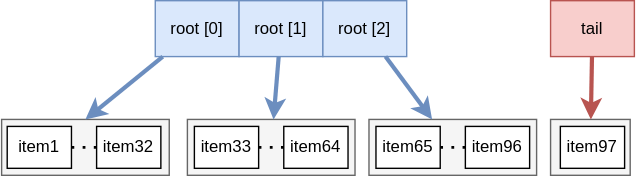
Above: _wiki/clojure/study/vector/vector-97-tree.svg in johngrib/johngrib.github.io (draw.io), before the change. Source tidied: cells renumbered, new cells last; positions are measured from the earlier drawing's top-left corner, leaving out a move shared by most shapes. The source it was exported from:
```xml
<mxGraphModel>
  <root>
    <mxCell id="0" />
    <mxCell id="1" parent="0" />
    <mxCell id="2" style="rounded=0;whiteSpace=wrap;html=1;fillColor=#f5f5f5;fontColor=#333333;strokeColor=#666666;" parent="1" vertex="1">
      <mxGeometry x="393" y="85" width="57" height="40" as="geometry" />
    </mxCell>
    <mxCell id="3" style="rounded=0;whiteSpace=wrap;html=1;fillColor=#f5f5f5;fontColor=#333333;strokeColor=#666666;" parent="1" vertex="1">
      <mxGeometry x="263" y="85" width="120" height="40" as="geometry" />
    </mxCell>
    <mxCell id="4" style="rounded=0;whiteSpace=wrap;html=1;fillColor=#f5f5f5;fontColor=#333333;strokeColor=#666666;" parent="1" vertex="1">
      <mxGeometry x="133" y="85" width="120" height="40" as="geometry" />
    </mxCell>
    <mxCell id="5" style="rounded=0;whiteSpace=wrap;html=1;fillColor=#f5f5f5;fontColor=#333333;strokeColor=#666666;" parent="1" vertex="1">
      <mxGeometry y="85" width="120" height="40" as="geometry" />
    </mxCell>
    <mxCell id="6" value="root [0]" style="rounded=0;whiteSpace=wrap;html=1;fillColor=#dae8fc;strokeColor=#6c8ebf;" parent="1" vertex="1">
      <mxGeometry x="110" width="60" height="40" as="geometry" />
    </mxCell>
    <mxCell id="7" value="root [1]" style="rounded=0;whiteSpace=wrap;html=1;fillColor=#dae8fc;strokeColor=#6c8ebf;" parent="1" vertex="1">
      <mxGeometry x="170" width="60" height="40" as="geometry" />
    </mxCell>
    <mxCell id="8" value="item1" style="rounded=0;whiteSpace=wrap;html=1;" parent="1" vertex="1">
      <mxGeometry x="4" y="90" width="46" height="30" as="geometry" />
    </mxCell>
    <mxCell id="9" value="tail" style="rounded=0;whiteSpace=wrap;html=1;fillColor=#f8cecc;strokeColor=#b85450;" parent="1" vertex="1">
      <mxGeometry x="393" width="60" height="40" as="geometry" />
    </mxCell>
    <mxCell id="10" value="item32" style="rounded=0;whiteSpace=wrap;html=1;" parent="1" vertex="1">
      <mxGeometry x="68" y="90" width="46" height="30" as="geometry" />
    </mxCell>
    <mxCell id="11" style="endArrow=none;dashed=1;html=1;dashPattern=1 3;strokeWidth=2;rounded=0;" parent="1" edge="1" source="10" target="8">
      <mxGeometry relative="1" as="geometry" />
    </mxCell>
    <mxCell id="12" style="endArrow=classic;html=1;rounded=0;strokeWidth=3;fillColor=#f8cecc;strokeColor=#b85450;" parent="1" edge="1" source="9" target="2">
      <mxGeometry relative="1" as="geometry" />
    </mxCell>
    <mxCell id="13" value="root [2]" style="rounded=0;whiteSpace=wrap;html=1;fillColor=#dae8fc;strokeColor=#6c8ebf;" parent="1" vertex="1">
      <mxGeometry x="230" width="60" height="40" as="geometry" />
    </mxCell>
    <mxCell id="14" value="item97" style="rounded=0;whiteSpace=wrap;html=1;" parent="1" vertex="1">
      <mxGeometry x="400" y="90" width="46" height="30" as="geometry" />
    </mxCell>
    <mxCell id="15" value="item33" style="rounded=0;whiteSpace=wrap;html=1;" parent="1" vertex="1">
      <mxGeometry x="138" y="90" width="46" height="30" as="geometry" />
    </mxCell>
    <mxCell id="16" value="item64" style="rounded=0;whiteSpace=wrap;html=1;" parent="1" vertex="1">
      <mxGeometry x="202" y="90" width="46" height="30" as="geometry" />
    </mxCell>
    <mxCell id="17" style="endArrow=none;dashed=1;html=1;dashPattern=1 3;strokeWidth=2;rounded=0;" parent="1" edge="1" source="16" target="15">
      <mxGeometry relative="1" as="geometry" />
    </mxCell>
    <mxCell id="18" value="item65" style="rounded=0;whiteSpace=wrap;html=1;" parent="1" vertex="1">
      <mxGeometry x="268" y="90" width="46" height="30" as="geometry" />
    </mxCell>
    <mxCell id="19" value="item96" style="rounded=0;whiteSpace=wrap;html=1;" parent="1" vertex="1">
      <mxGeometry x="332" y="90" width="46" height="30" as="geometry" />
    </mxCell>
    <mxCell id="20" style="endArrow=none;dashed=1;html=1;dashPattern=1 3;strokeWidth=2;rounded=0;startArrow=none;" parent="1" edge="1" source="19" target="18">
      <mxGeometry relative="1" as="geometry" />
    </mxCell>
    <mxCell id="21" style="endArrow=classic;html=1;rounded=0;strokeWidth=3;fillColor=#dae8fc;strokeColor=#6c8ebf;entryX=0.5;entryY=0;entryDx=0;entryDy=0;" parent="1" edge="1" source="6" target="5">
      <mxGeometry relative="1" as="geometry" />
    </mxCell>
    <mxCell id="22" style="endArrow=classic;html=1;rounded=0;strokeWidth=3;fillColor=#dae8fc;strokeColor=#6c8ebf;" parent="1" edge="1" source="7" target="4">
      <mxGeometry relative="1" as="geometry" />
    </mxCell>
    <mxCell id="23" style="endArrow=classic;html=1;rounded=0;strokeWidth=3;fillColor=#dae8fc;strokeColor=#6c8ebf;" parent="1" edge="1" source="13" target="3">
      <mxGeometry relative="1" as="geometry" />
    </mxCell>
  </root>
</mxGraphModel>
```
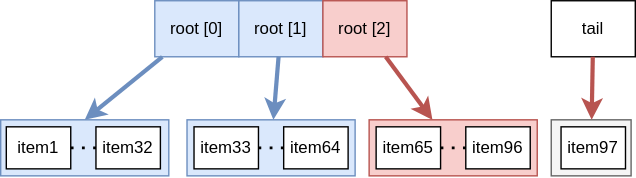
The same diagram one commit later.

The edit, as a diff of the source:
```diff
@@ -5,13 +5,13 @@
     <mxCell id="2" style="rounded=0;whiteSpace=wrap;html=1;fillColor=#f5f5f5;fontColor=#333333;strokeColor=#666666;" parent="1" vertex="1">
       <mxGeometry x="393" y="85" width="57" height="40" as="geometry" />
     </mxCell>
-    <mxCell id="3" style="rounded=0;whiteSpace=wrap;html=1;fillColor=#f5f5f5;fontColor=#333333;strokeColor=#666666;" parent="1" vertex="1">
+    <mxCell id="3" style="rounded=0;whiteSpace=wrap;html=1;fillColor=#f8cecc;strokeColor=#b85450;" parent="1" vertex="1">
       <mxGeometry x="263" y="85" width="120" height="40" as="geometry" />
     </mxCell>
-    <mxCell id="4" style="rounded=0;whiteSpace=wrap;html=1;fillColor=#f5f5f5;fontColor=#333333;strokeColor=#666666;" parent="1" vertex="1">
+    <mxCell id="4" style="rounded=0;whiteSpace=wrap;html=1;fillColor=#dae8fc;strokeColor=#6c8ebf;" parent="1" vertex="1">
       <mxGeometry x="133" y="85" width="120" height="40" as="geometry" />
     </mxCell>
-    <mxCell id="5" style="rounded=0;whiteSpace=wrap;html=1;fillColor=#f5f5f5;fontColor=#333333;strokeColor=#666666;" parent="1" vertex="1">
+    <mxCell id="5" style="rounded=0;whiteSpace=wrap;html=1;fillColor=#dae8fc;strokeColor=#6c8ebf;" parent="1" vertex="1">
       <mxGeometry y="85" width="120" height="40" as="geometry" />
     </mxCell>
     <mxCell id="6" value="root [0]" style="rounded=0;whiteSpace=wrap;html=1;fillColor=#dae8fc;strokeColor=#6c8ebf;" parent="1" vertex="1">
@@ -23,7 +23,7 @@
     <mxCell id="8" value="item1" style="rounded=0;whiteSpace=wrap;html=1;" parent="1" vertex="1">
       <mxGeometry x="4" y="90" width="46" height="30" as="geometry" />
     </mxCell>
-    <mxCell id="9" value="tail" style="rounded=0;whiteSpace=wrap;html=1;fillColor=#f8cecc;strokeColor=#b85450;" parent="1" vertex="1">
+    <mxCell id="9" value="tail" style="rounded=0;whiteSpace=wrap;html=1;" parent="1" vertex="1">
       <mxGeometry x="393" width="60" height="40" as="geometry" />
     </mxCell>
     <mxCell id="10" value="item32" style="rounded=0;whiteSpace=wrap;html=1;" parent="1" vertex="1">
@@ -35,7 +35,7 @@
     <mxCell id="12" style="endArrow=classic;html=1;rounded=0;strokeWidth=3;fillColor=#f8cecc;strokeColor=#b85450;" parent="1" edge="1" source="9" target="2">
       <mxGeometry relative="1" as="geometry" />
     </mxCell>
-    <mxCell id="13" value="root [2]" style="rounded=0;whiteSpace=wrap;html=1;fillColor=#dae8fc;strokeColor=#6c8ebf;" parent="1" vertex="1">
+    <mxCell id="13" value="root [2]" style="rounded=0;whiteSpace=wrap;html=1;fillColor=#f8cecc;strokeColor=#b85450;" parent="1" vertex="1">
       <mxGeometry x="230" width="60" height="40" as="geometry" />
     </mxCell>
     <mxCell id="14" value="item97" style="rounded=0;whiteSpace=wrap;html=1;" parent="1" vertex="1">
@@ -65,7 +65,7 @@
     <mxCell id="22" style="endArrow=classic;html=1;rounded=0;strokeWidth=3;fillColor=#dae8fc;strokeColor=#6c8ebf;" parent="1" edge="1" source="7" target="4">
       <mxGeometry relative="1" as="geometry" />
     </mxCell>
-    <mxCell id="23" style="endArrow=classic;html=1;rounded=0;strokeWidth=3;fillColor=#dae8fc;strokeColor=#6c8ebf;" parent="1" edge="1" source="13" target="3">
+    <mxCell id="23" style="endArrow=classic;html=1;rounded=0;strokeWidth=3;fillColor=#f8cecc;strokeColor=#b85450;" parent="1" edge="1" source="13" target="3">
       <mxGeometry relative="1" as="geometry" />
     </mxCell>
   </root>
```
